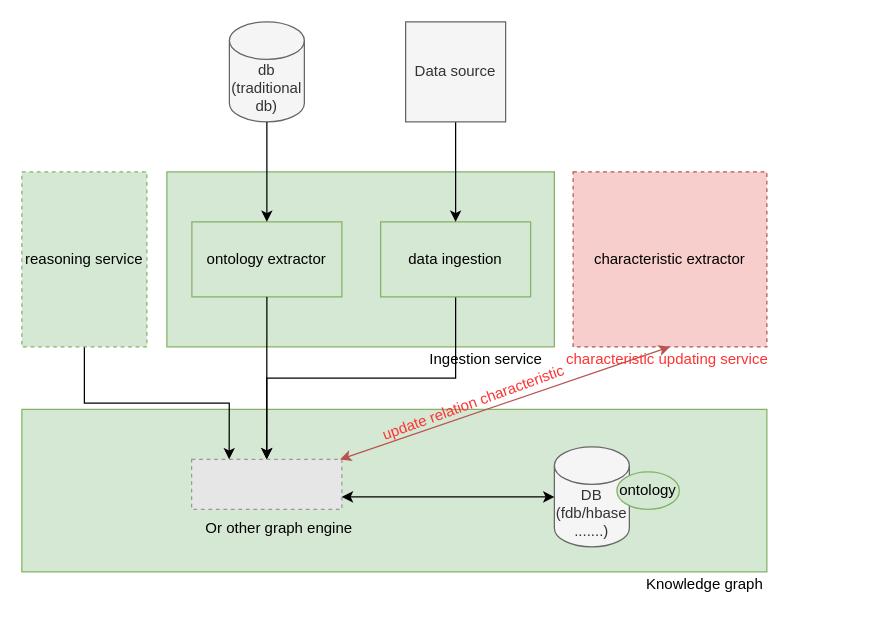
Earlier version of the draw.io diagram assets/extraction.drawio (ganisback/draw.io). Source tidied: cells renumbered, new cells numbered last; positions are measured from the earlier drawing's top-left corner, leaving out a move shared by most shapes. Both pictures are drawn from the tidied source at 125%, with x=0, y=0 at pixel (21, 21). Pictures stored in the file or linked from it are replaced by grey dashed boxes.
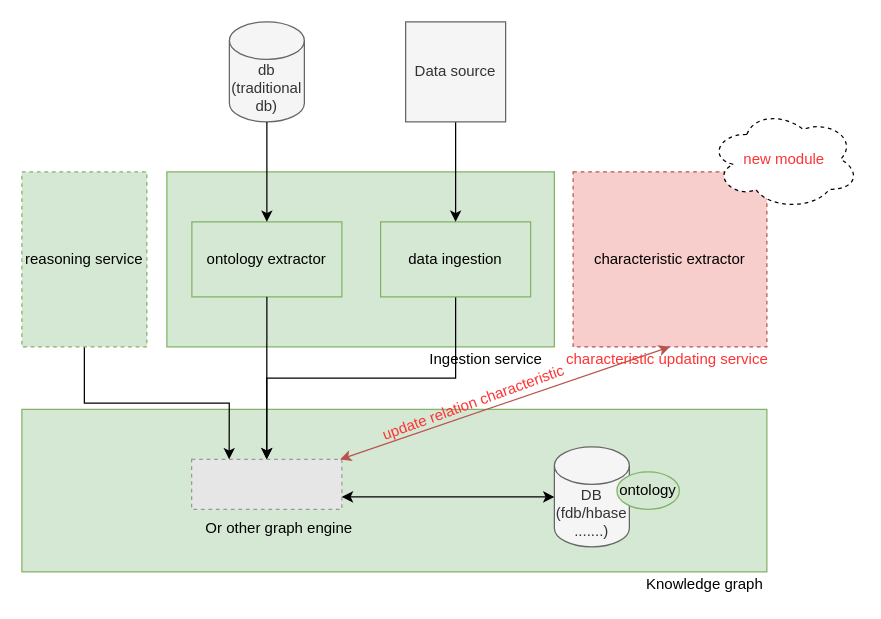
After the change.

The edit, as a diff of the source:
```diff
@@
+    <mxCell id="25" value="&lt;font color=&quot;#FF3333&quot;&gt;new module&lt;/font&gt;" style="ellipse;shape=cloud;whiteSpace=wrap;html=1;rounded=0;dashed=1;fontFamily=Helvetica;fontSize=12;fontColor=#000000;strokeColor=default;fillColor=default;" parent="1" vertex="1">
+      <mxGeometry x="550" y="70" width="120" height="80" as="geometry" />
+    </mxCell>
```
